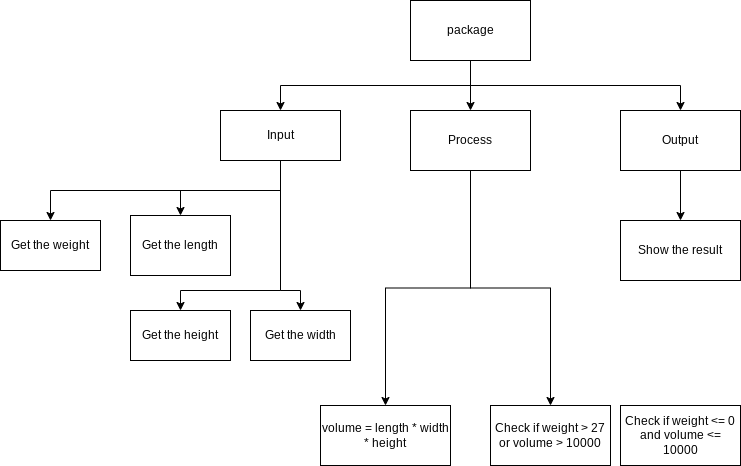
Before: design.package.top-down.png, a diagram exported from draw.io (Yiyun-Qin/ICS3U-Assignment3-Python). Source tidied: cells renumbered, new cells last; positions are measured from the earlier drawing's top-left corner, leaving out a move shared by most shapes.
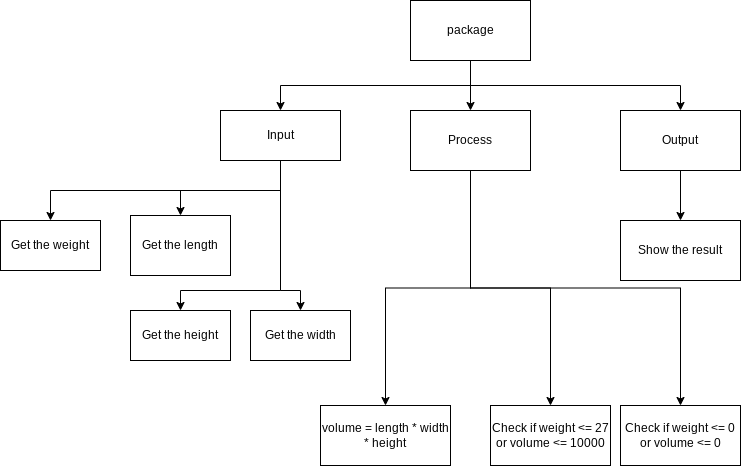
The same diagram one commit later.

What changed in the source:
```diff
@@ -50,6 +50,9 @@
     <mxCell id="12" style="edgeStyle=orthogonalEdgeStyle;html=1;exitX=0.5;exitY=1;exitDx=0;exitDy=0;entryX=0.5;entryY=0;entryDx=0;entryDy=0;rounded=0;" parent="1" edge="1" source="13" target="19">
       <mxGeometry relative="1" as="geometry" />
     </mxCell>
+    <mxCell id="24" style="edgeStyle=orthogonalEdgeStyle;rounded=0;html=1;exitX=0.5;exitY=1;exitDx=0;exitDy=0;entryX=0.5;entryY=0;entryDx=0;entryDy=0;" parent="1" edge="1" source="13" target="23">
+      <mxGeometry relative="1" as="geometry" />
+    </mxCell>
     <mxCell id="13" value="Process" style="rounded=0;whiteSpace=wrap;html=1;" parent="1" vertex="1">
       <mxGeometry x="410" y="110" width="120" height="60" as="geometry" />
     </mxCell>
@@ -62,7 +65,7 @@
     <mxCell id="16" value="Get the weight" style="rounded=0;whiteSpace=wrap;html=1;" parent="1" vertex="1">
       <mxGeometry y="220" width="100" height="50" as="geometry" />
     </mxCell>
-    <mxCell id="17" value="Check if weight &amp;gt; 27 or volume &amp;gt; 10000" style="rounded=0;whiteSpace=wrap;html=1;" parent="1" vertex="1">
+    <mxCell id="17" value="Check if weight &amp;lt;= 27 or volume &amp;lt;= 10000" style="rounded=0;whiteSpace=wrap;html=1;" parent="1" vertex="1">
       <mxGeometry x="490" y="405" width="120" height="60" as="geometry" />
     </mxCell>
     <mxCell id="18" value="Show the result" style="rounded=0;whiteSpace=wrap;html=1;" parent="1" vertex="1">
@@ -80,7 +83,7 @@
     <mxCell id="22" value="Get the height" style="rounded=0;whiteSpace=wrap;html=1;" parent="1" vertex="1">
       <mxGeometry x="130" y="310" width="100" height="50" as="geometry" />
     </mxCell>
-    <mxCell id="23" value="Check if weight &amp;lt;= 0 and volume &amp;lt;= 10000" style="rounded=0;whiteSpace=wrap;html=1;" parent="1" vertex="1">
+    <mxCell id="23" value="Check if weight &amp;lt;= 0 or volume &amp;lt;= 0" style="rounded=0;whiteSpace=wrap;html=1;" parent="1" vertex="1">
       <mxGeometry x="620" y="405" width="120" height="60" as="geometry" />
     </mxCell>
   </root>
```
